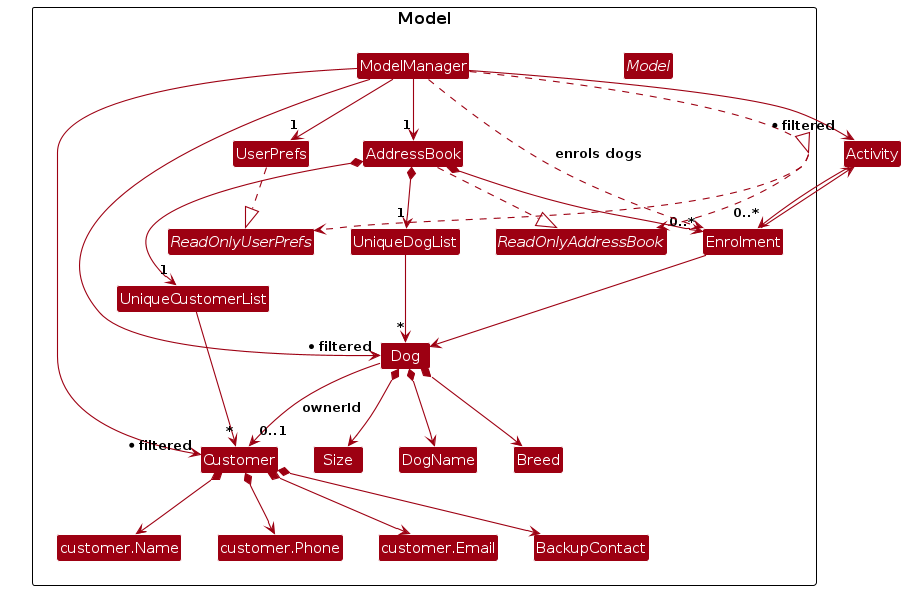
Before: diagrams/ModelClassDiagram.png, a diagram exported from PlantUML (AY2627S1-CS2103T-T15-4/tp). Its source is kept beside it as diagrams/ModelClassDiagram.puml.
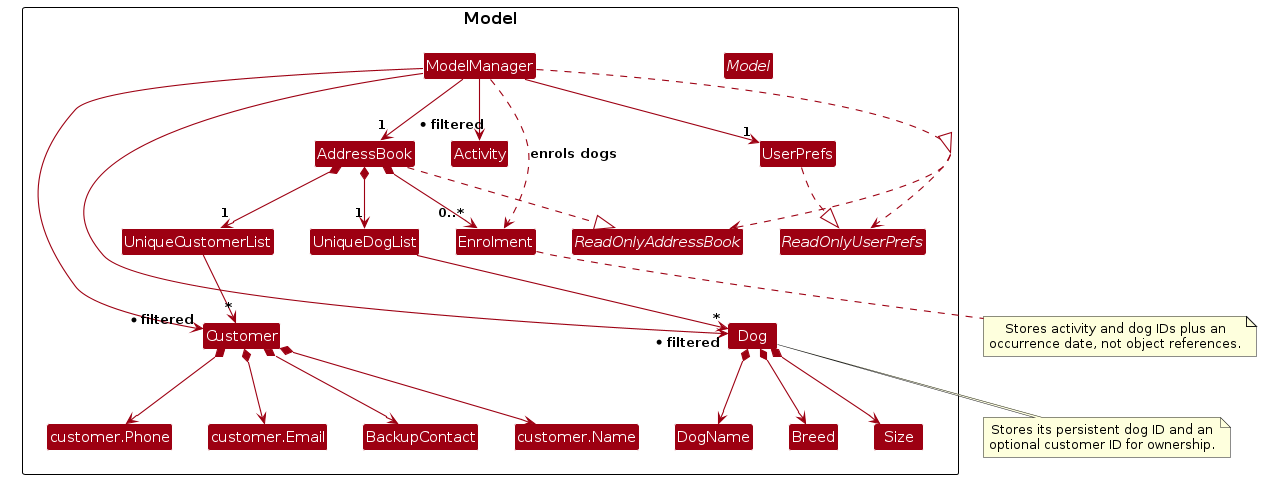
After the change.

Change to the diagram source:
```diff
@@ -14,6 +14,7 @@
 class UniqueCustomerList
 class UniqueDogList
 class Enrolment
+class Activity
 class Customer
 class Dog
 class "customer.Name" as CustomerName
@@ -44,12 +45,18 @@
 Dog *--> DogName
 Dog *--> Breed
 Dog *--> Size
-Dog --> "0..1" Customer : ownerId
 ModelManager --> "* filtered" Customer
 ModelManager --> "* filtered" Dog
 ModelManager --> "* filtered" Activity
 ModelManager ..> Enrolment : enrols dogs
-Enrolment --> Activity
-Enrolment --> Dog
-Activity --> "0..*" Enrolment
+
+note bottom of Enrolment
+  Stores activity and dog IDs plus an
+  occurrence date, not object references.
+end note
+
+note bottom of Dog
+  Stores its persistent dog ID and an
+  optional customer ID for ownership.
+end note
 @enduml
```
